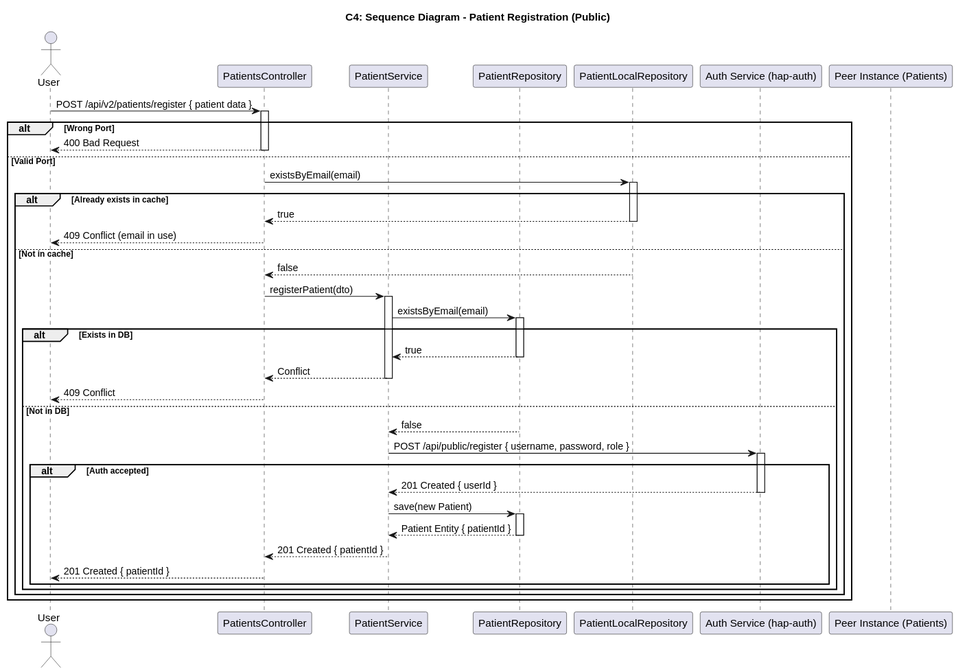
This is DOCS/C4+1/C4+1-PatientRegistration-Sequence.svg from pedrods05/LETI_SIDIS_3DA_6, a PlantUML export, as it was before one commit. Its diagram source:
```plantuml
@startuml
skinparam dpi 150
skinparam shadowing false
skinparam DefaultFontName Arial

title C4: Sequence Diagram - Patient Registration (Public)

actor User
participant "PatientsController" as Controller
participant "PatientService" as Service
participant "PatientRepository" as Repo
participant "PatientLocalRepository" as LocalCache
participant "Auth Service (hap-auth)" as AUTH
participant "Peer Instance (Patients)" as Peer

User -> Controller : POST /api/v2/patients/register { patient data }
activate Controller
alt Wrong Port
  Controller --> User : 400 Bad Request
  deactivate Controller
else Valid Port
Controller -> LocalCache : existsByEmail(email)
  activate LocalCache
  alt Already exists in cache
    LocalCache --> Controller : true
    deactivate LocalCache
    Controller --> User : 409 Conflict (email in use)
    deactivate Controller
  else Not in cache
    LocalCache --> Controller : false
    deactivate LocalCache
    Controller -> Service : registerPatient(dto)
    activate Service
    Service -> Repo : existsByEmail(email)
    activate Repo
    alt Exists in DB
      Repo --> Service : true
      deactivate Repo
      Service --> Controller : Conflict
      deactivate Service
      Controller --> User : 409 Conflict
      deactivate Controller
    else Not in DB
      Repo --> Service : false
      deactivate Repo
      Service -> AUTH : POST /api/public/register { username, password, role }
      activate AUTH
      alt Auth accepted
        AUTH --> Service : 201 Created { userId }
        deactivate AUTH
        Service -> Repo : save(new Patient)
        activate Repo
        Repo --> Service : Patient Entity { patientId }
        deactivate Repo
        Service --> Controller : 201 Created { patientId }
        deactivate Service
        Controller --> User : 201 Created { patientId }
        deactivate Controller

      end
    end
  end
end
@enduml
```
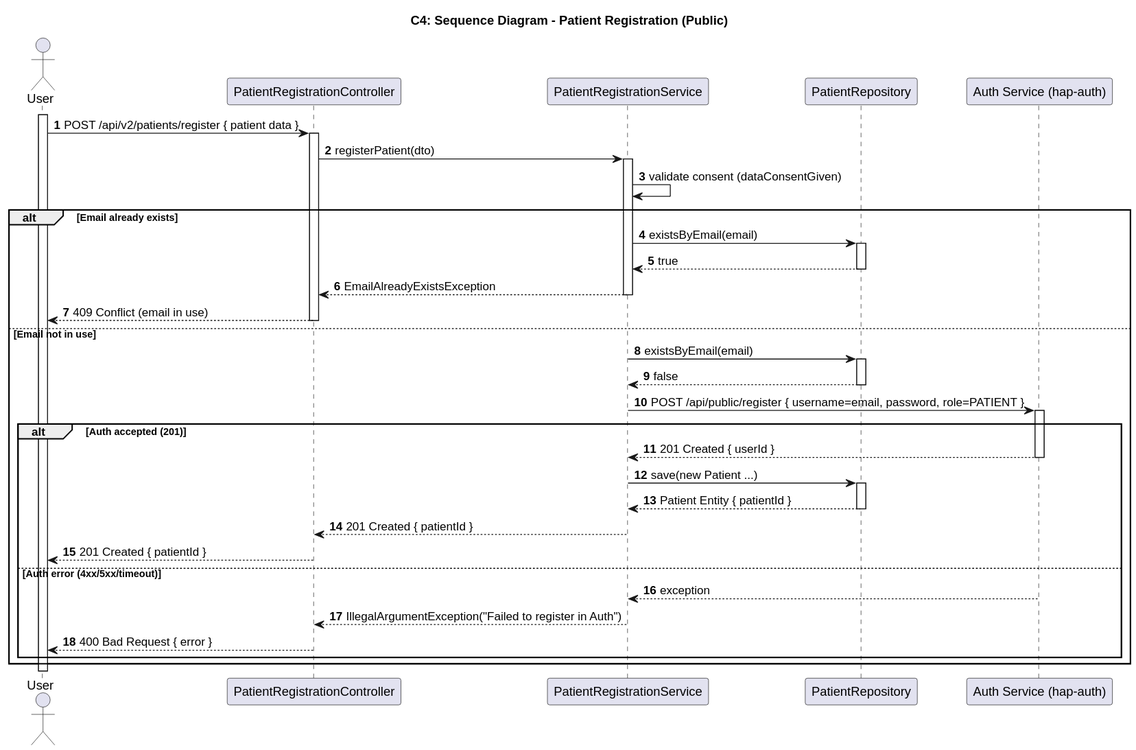
After the change.

Diff of the diagram source:
```diff
@@ -6,59 +6,52 @@
 title C4: Sequence Diagram - Patient Registration (Public)
 
 actor User
-participant "PatientsController" as Controller
-participant "PatientService" as Service
+participant "PatientRegistrationController" as Controller
+participant "PatientRegistrationService" as Service
 participant "PatientRepository" as Repo
-participant "PatientLocalRepository" as LocalCache
 participant "Auth Service (hap-auth)" as AUTH
-participant "Peer Instance (Patients)" as Peer
 
+activate User
+autonumber
 User -> Controller : POST /api/v2/patients/register { patient data }
 activate Controller
-alt Wrong Port
-  Controller --> User : 400 Bad Request
+Controller -> Service : registerPatient(dto)
+activate Service
+Service -> Service : validate consent (dataConsentGiven)
+alt Email already exists
+  Service -> Repo : existsByEmail(email)
+  activate Repo
+  Repo --> Service : true
+  deactivate Repo
+  Service --> Controller : EmailAlreadyExistsException
+  deactivate Service
+  Controller --> User : 409 Conflict (email in use)
   deactivate Controller
-else Valid Port
-Controller -> LocalCache : existsByEmail(email)
-  activate LocalCache
-  alt Already exists in cache
-    LocalCache --> Controller : true
-    deactivate LocalCache
-    Controller --> User : 409 Conflict (email in use)
+else Email not in use
+  Service -> Repo : existsByEmail(email)
+  activate Repo
+  Repo --> Service : false
+  deactivate Repo
+  Service -> AUTH : POST /api/public/register { username=email, password, role=PATIENT }
+  activate AUTH
+  alt Auth accepted (201)
+    AUTH --> Service : 201 Created { userId }
+    deactivate AUTH
+    Service -> Repo : save(new Patient ...)
+    activate Repo
+    Repo --> Service : Patient Entity { patientId }
+    deactivate Repo
+    Service --> Controller : 201 Created { patientId }
+    deactivate Service
+    Controller --> User : 201 Created { patientId }
     deactivate Controller
-  else Not in cache
-    LocalCache --> Controller : false
-    deactivate LocalCache
-    Controller -> Service : registerPatient(dto)
-    activate Service
-    Service -> Repo : existsByEmail(email)
-    activate Repo
-    alt Exists in DB
-      Repo --> Service : true
-      deactivate Repo
-      Service --> Controller : Conflict
-      deactivate Service
-      Controller --> User : 409 Conflict
-      deactivate Controller
-    else Not in DB
-      Repo --> Service : false
-      deactivate Repo
-      Service -> AUTH : POST /api/public/register { username, password, role }
-      activate AUTH
-      alt Auth accepted
-        AUTH --> Service : 201 Created { userId }
-        deactivate AUTH
-        Service -> Repo : save(new Patient)
-        activate Repo
-        Repo --> Service : Patient Entity { patientId }
-        deactivate Repo
-        Service --> Controller : 201 Created { patientId }
-        deactivate Service
-        Controller --> User : 201 Created { patientId }
-        deactivate Controller
-
-      end
-    end
+  else Auth error (4xx/5xx/timeout)
+    AUTH --> Service : exception
+    deactivate AUTH
+    Service --> Controller : IllegalArgumentException("Failed to register in Auth")
+    deactivate Service
+    Controller --> User : 400 Bad Request { error }
+    deactivate Controller
   end
 end
 @enduml
```
